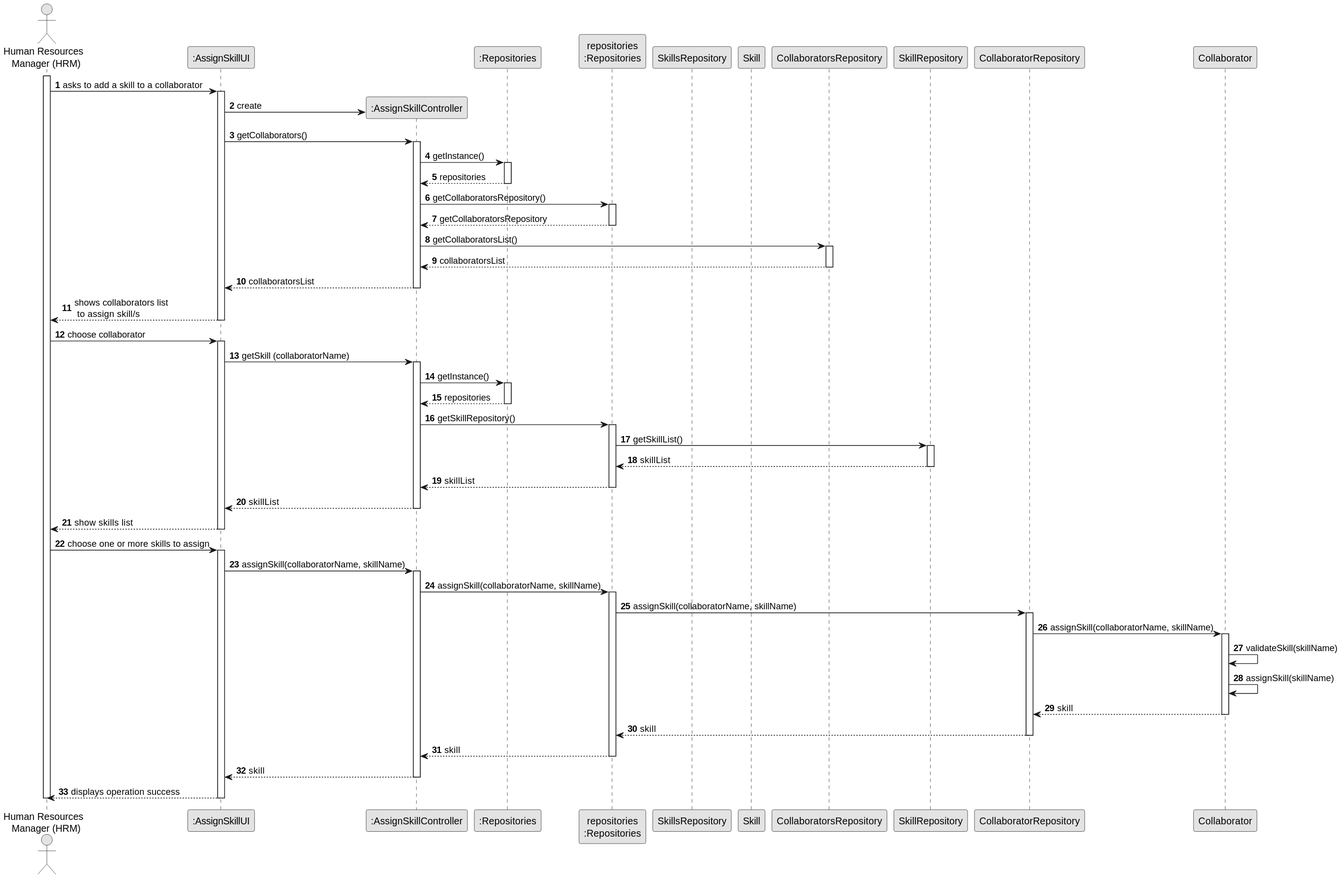
Departamento-de-Engenharia-Informatica/lei-24-s2-1dkl-g134 keeps this PlantUML diagram as docs/sprintB/us004/03.design/svg/us004-sequence-diagram-full.svg. Above is the earlier version. Source of this version:
```plantuml
@startuml
skinparam monochrome true
skinparam packageStyle rectangle
skinparam shadowing false

autonumber

actor "Human Resources \n Manager (HRM)" as HRM
participant ":AssignSkillUI" as UI
participant ":AssignSkillController" as CTRL
participant ":Repositories" as RepositorySingleton
participant "repositories\n:Repositories" as PLAT
participant "SkillsRepository" as SkillsRepository
participant "Skill" as Skill
participant "CollaboratorsRepository" as CollaboratorsRepository

activate HRM

        HRM -> UI : asks to add a skill to a collaborator

        activate UI


            UI -> CTRL** : create

            UI -> CTRL : getCollaborators()
            activate CTRL

                CTRL -> RepositorySingleton : getInstance()
                activate RepositorySingleton

                    RepositorySingleton --> CTRL: repositories
                deactivate RepositorySingleton

                CTRL -> PLAT : getCollaboratorsRepository()
                activate PLAT

                    PLAT --> CTRL: getCollaboratorsRepository
                deactivate PLAT

                CTRL -> CollaboratorsRepository : getCollaboratorsList()
                activate CollaboratorsRepository

                    CollaboratorsRepository --> CTRL : collaboratorsList
                deactivate CollaboratorsRepository

                CTRL --> UI : collaboratorsList
            deactivate CTRL

            UI --> HRM : shows collaborators list\n to assign skill/s
        deactivate UI

    HRM -> UI : choose collaborator
    activate UI

   UI -> CTRL : getSkill (collaboratorName)
           activate CTRL

 CTRL -> RepositorySingleton : getInstance()
         activate RepositorySingleton

         RepositorySingleton --> CTRL: repositories
         deactivate RepositorySingleton

         CTRL -> PLAT : getSkillRepository()
         activate PLAT

         PLAT -> SkillRepository : getSkillList()
         activate SkillRepository

         SkillRepository --> PLAT : skillList
         deactivate  SkillRepository

         PLAT --> CTRL: skillList
         deactivate PLAT

         CTRL --> UI : skillList
         deactivate CTRL

         UI --> HRM : show skills list
         deactivate UI

         HRM -> UI : choose one or more skills to assign
         activate UI

         UI -> CTRL : assignSkill(collaboratorName, skillName)
         activate CTRL

         CTRL -> PLAT : assignSkill(collaboratorName, skillName)
         activate PLAT

         PLAT -> CollaboratorRepository : assignSkill(collaboratorName, skillName)
         activate CollaboratorRepository


         CollaboratorRepository -> Collaborator : assignSkill(collaboratorName, skillName)
         activate Collaborator

         Collaborator -> Collaborator : validateSkill(skillName)

         Collaborator -> Collaborator :assignSkill(skillName)

         Collaborator --> CollaboratorRepository : skill
         deactivate Collaborator


         CollaboratorRepository --> PLAT : skill
         deactivate CollaboratorRepository

         PLAT --> CTRL : skill
         deactivate PLAT

         CTRL --> UI : skill
         deactivate CTRL

         UI --> HRM : displays operation success
         deactivate UI

         deactivate HRM

 @enduml
```
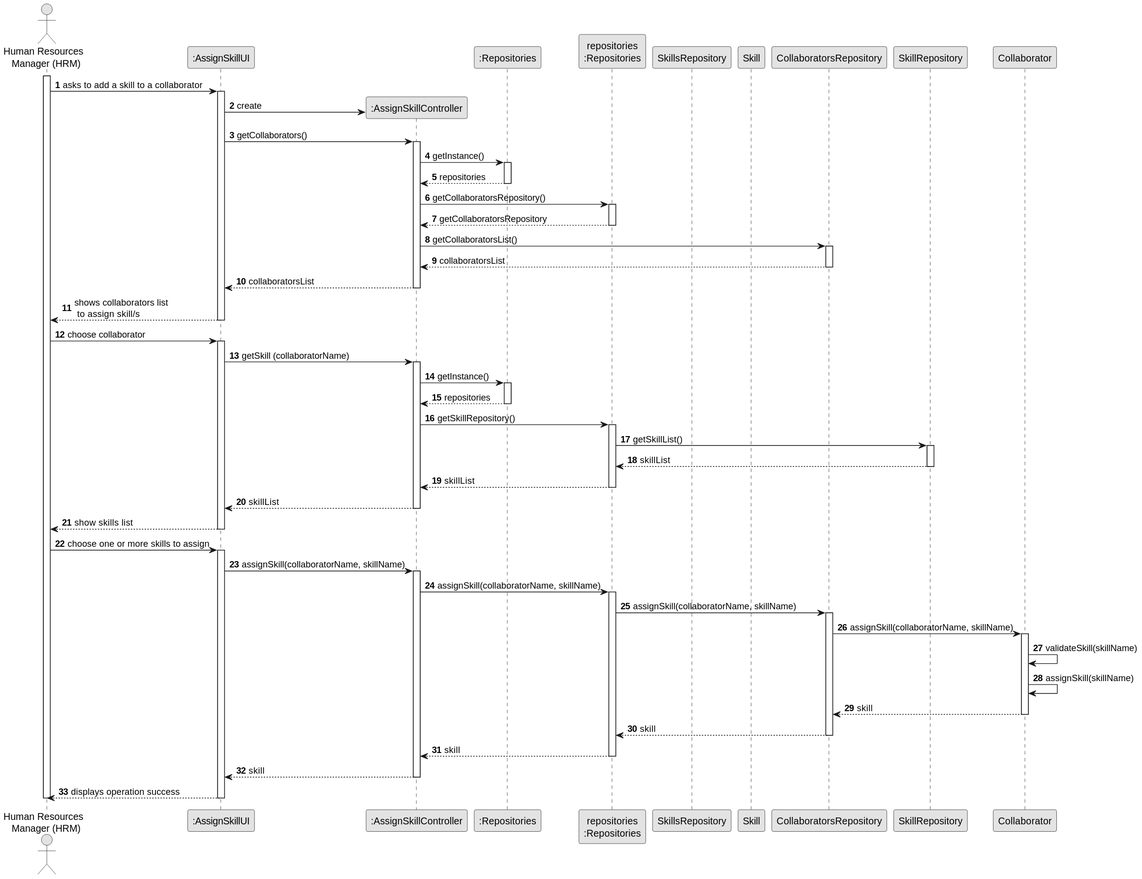
Later version of the same file.

Diff of the diagram source:
```diff
@@ -89,23 +89,23 @@
          CTRL -> PLAT : assignSkill(collaboratorName, skillName)
          activate PLAT
 
-         PLAT -> CollaboratorRepository : assignSkill(collaboratorName, skillName)
-         activate CollaboratorRepository
+         PLAT -> CollaboratorsRepository : assignSkill(collaboratorName, skillName)
+         activate CollaboratorsRepository
 
 
-         CollaboratorRepository -> Collaborator : assignSkill(collaboratorName, skillName)
+         CollaboratorsRepository -> Collaborator : assignSkill(collaboratorName, skillName)
          activate Collaborator
 
          Collaborator -> Collaborator : validateSkill(skillName)
 
          Collaborator -> Collaborator :assignSkill(skillName)
 
-         Collaborator --> CollaboratorRepository : skill
+         Collaborator --> CollaboratorsRepository : skill
          deactivate Collaborator
 
 
-         CollaboratorRepository --> PLAT : skill
-         deactivate CollaboratorRepository
+         CollaboratorsRepository --> PLAT : skill
+         deactivate CollaboratorsRepository
 
          PLAT --> CTRL : skill
          deactivate PLAT
```
